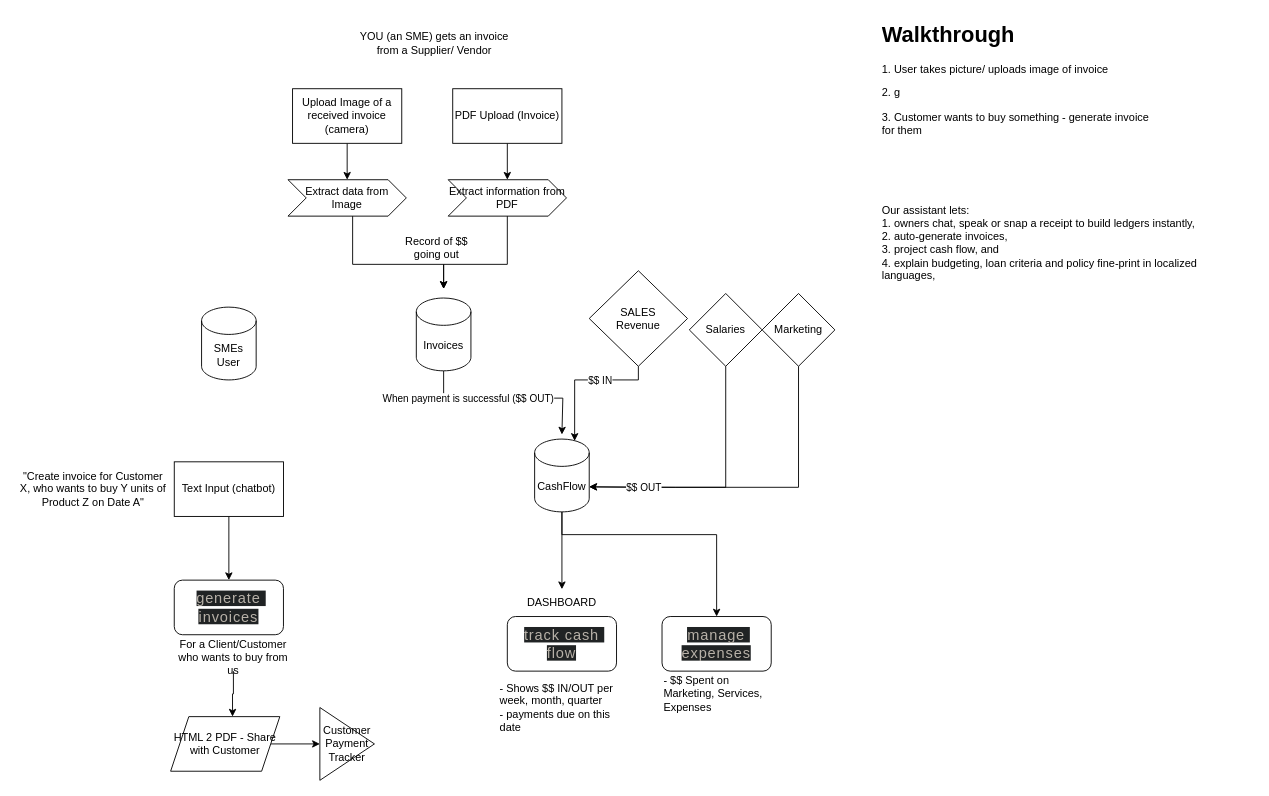
Above: app/data/plainfigures.drawio in jovi-s/plainfigures (draw.io), before the change. Source tidied: cells renumbered, new cells numbered last; positions are measured from the earlier drawing's top-left corner, leaving out a move shared by most shapes. Both pictures are drawn from the tidied source at 91%, with x=0, y=0 at pixel (15, 15).
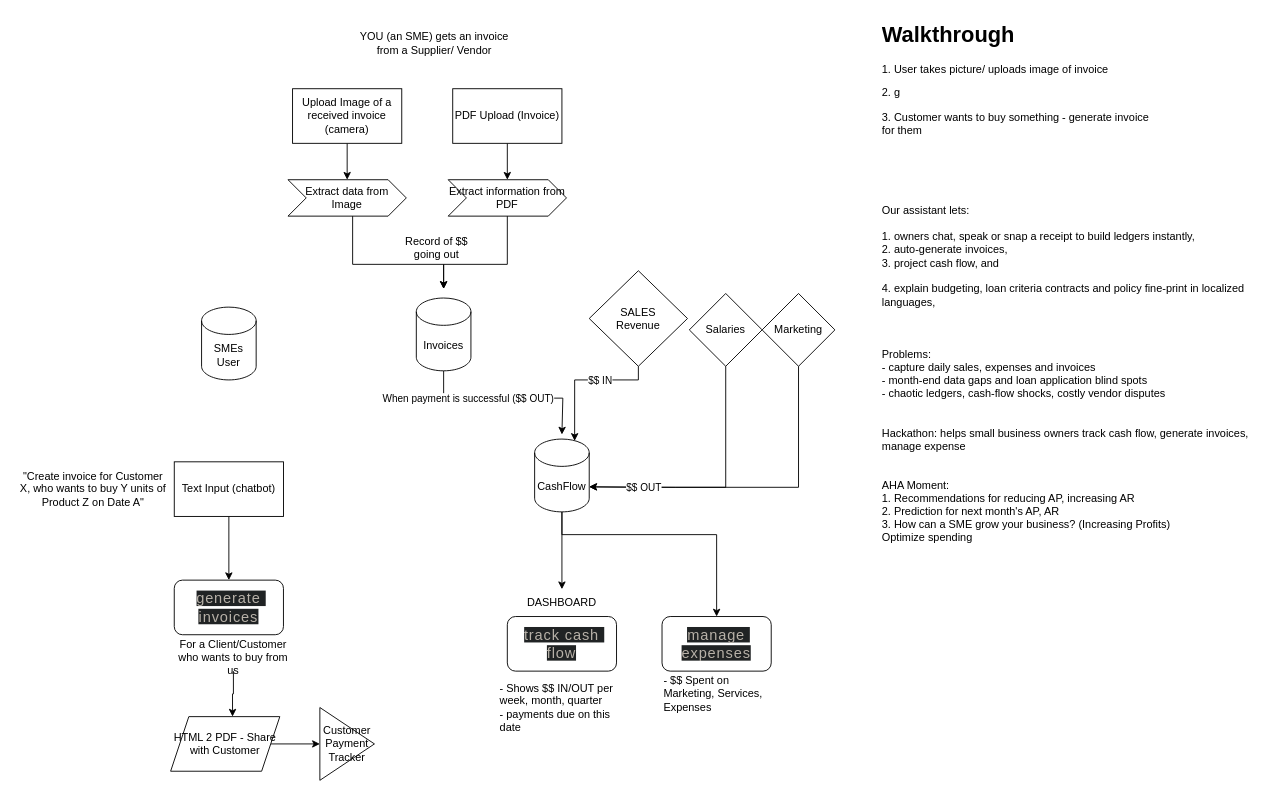
The same page after the edit.

What changed in the source:
```diff
@@
-    <mxCell id="28" value="Our assistant lets:&#10;1. owners chat, speak or snap a receipt to build ledgers instantly, &#10;2. auto-generate invoices, &#10;3. project cash flow, and &#10;4. explain budgeting, loan criteria and policy fine-print in localized languages," style="text;whiteSpace=wrap;" parent="1" vertex="1">
-      <mxGeometry x="950" y="200" width="410" height="130" as="geometry" />
+    <mxCell id="28" value="Our assistant lets:&#10;&#10;1. owners chat, speak or snap a receipt to build ledgers instantly, &#10;2. auto-generate invoices, &#10;3. project cash flow, and &#10;&#10;4. explain budgeting, loan criteria contracts and policy fine-print in localized languages,&#10;&#10;&#10;&#10;Problems:&#10;- capture daily sales, expenses and invoices&#10;- month-end data gaps and loan application blind spots&#10;- chaotic ledgers, cash-flow shocks, costly vendor disputes&#10;&#10;&#10;Hackathon: helps small business owners track cash flow, generate invoices, manage expense&#10;&#10;&#10;AHA Moment:&#10;1. Recommendations for reducing AP, increasing AR&#10;2. Prediction for next month's AP, AR&#10;3. How can a SME grow your business? (Increasing Profits) &#10;Optimize spending" style="text;whiteSpace=wrap;" parent="1" vertex="1">
+      <mxGeometry x="950" y="200" width="410" height="390" as="geometry" />
     </mxCell>
```
